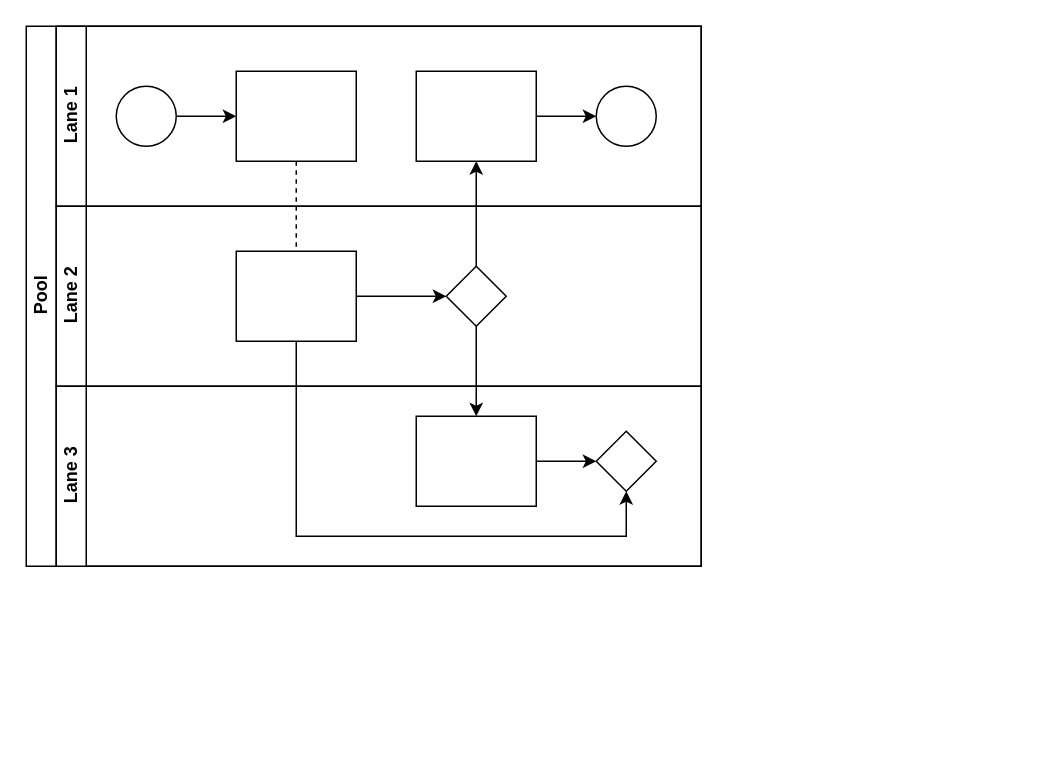
Above: public/未命名绘图.drawio in yeguangsuixing/yeguangsuixing.github.io (draw.io), before the change. Source tidied: cells renumbered, new cells numbered last; positions are measured from the earlier drawing's top-left corner, leaving out a move shared by most shapes. Both pictures are drawn from the tidied source at 150%, with x=0, y=0 at pixel (26, 26).
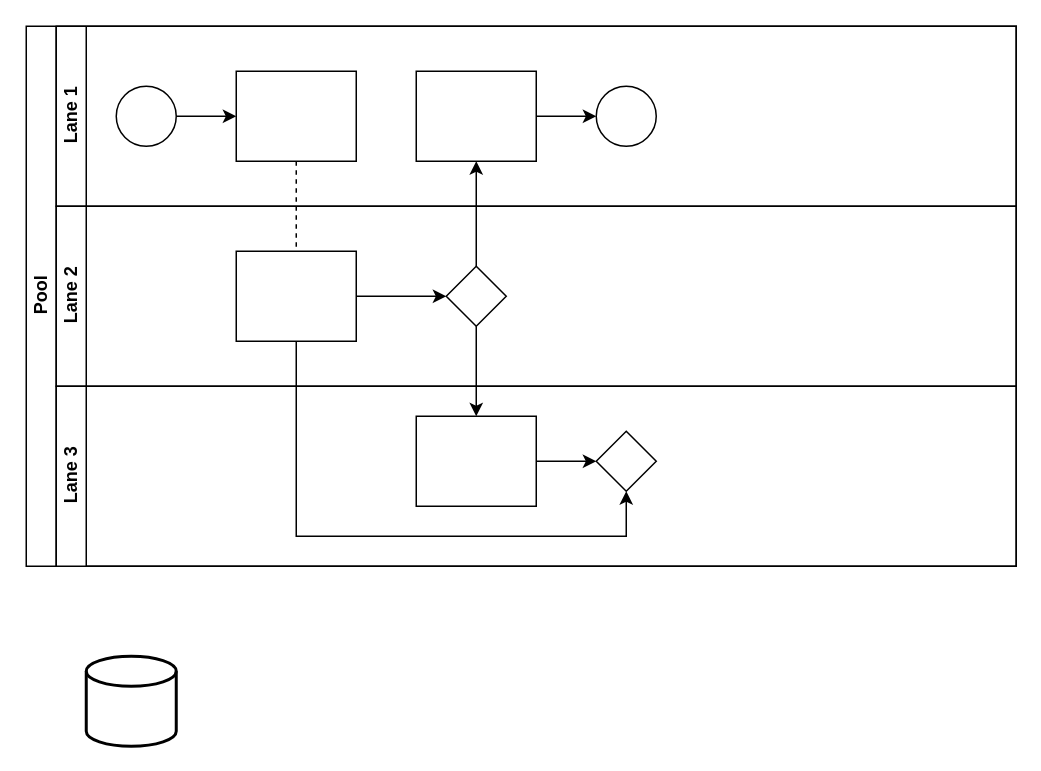
After the change.

Commit message:
更新未命名绘图.drawio

Diff of the diagram source:
```diff
@@
     <mxCell id="2" value="Pool" style="swimlane;html=1;horizontal=0;startSize=20;" parent="1" vertex="1">
-      <mxGeometry width="450" height="360" as="geometry" />
+      <mxGeometry width="660" height="360" as="geometry" />
     </mxCell>
@@
     <mxCell id="7" value="Lane 1" style="swimlane;html=1;startSize=20;horizontal=0;" parent="2" vertex="1">
-      <mxGeometry x="20" width="430" height="120" as="geometry" />
+      <mxGeometry x="20" width="640" height="120" as="geometry" />
     </mxCell>
@@
     <mxCell id="14" value="Lane 2" style="swimlane;html=1;startSize=20;horizontal=0;" parent="2" vertex="1">
-      <mxGeometry x="20" y="120" width="430" height="120" as="geometry" />
+      <mxGeometry x="20" y="120" width="640" height="120" as="geometry" />
     </mxCell>
@@
     <mxCell id="18" value="Lane 3" style="swimlane;html=1;startSize=20;horizontal=0;" parent="2" vertex="1">
-      <mxGeometry x="20" y="240" width="430" height="120" as="geometry" />
+      <mxGeometry x="20" y="240" width="640" height="120" as="geometry" />
     </mxCell>
@@
+    <mxCell id="22" style="strokeWidth=2;html=1;shape=mxgraph.flowchart.database;whiteSpace=wrap;" parent="1" vertex="1">
+      <mxGeometry x="40" y="420" width="60" height="60" as="geometry" />
+    </mxCell>
```
